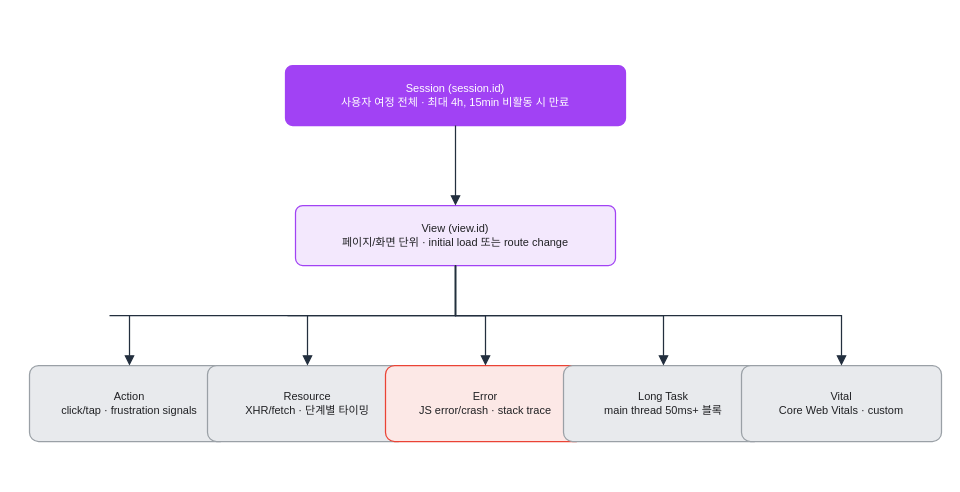
Earlier version of the draw.io diagram assets/img/observability/datadog-rum-01-data-model.drawio (KKamJi98/kkamji98.github.io). Source tidied: cells renumbered, new cells numbered last; positions are measured from the earlier drawing's top-left corner, leaving out a move shared by most shapes. Both pictures are drawn from the tidied source at 100%, with x=0, y=0 at pixel (29, 65).
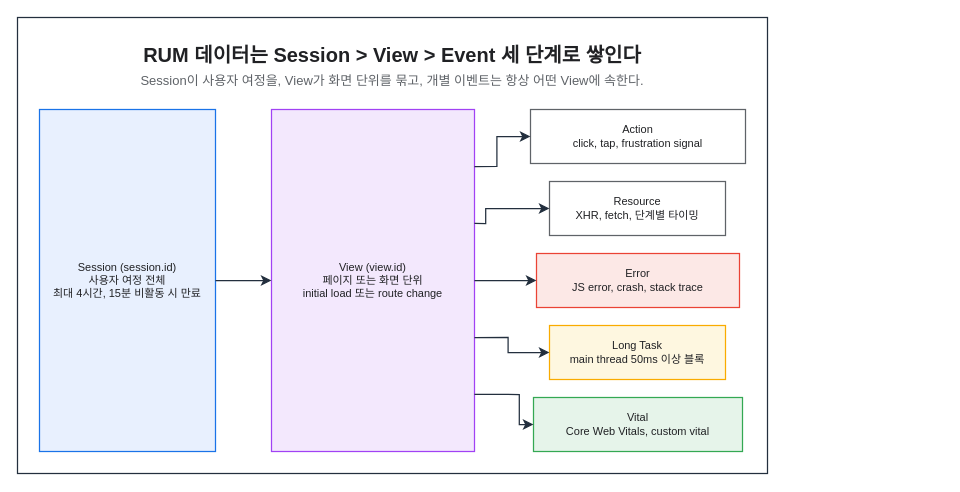
The same diagram, later.

The edit, as a diff of the source:
```diff
@@
+    <mxCell id="15" style="rounded=0;html=0;fillColor=none;strokeColor=#232F3E;fontColor=#202124;strokeWidth=1.25;" parent="1" vertex="1">
+      <mxGeometry x="-12" y="-48" width="750" height="456" as="geometry" />
+    </mxCell>
+    <mxCell id="16" value="RUM 데이터는 Session &gt; View &gt; Event 세 단계로 쌓인다" style="text;html=0;whiteSpace=wrap;fillColor=none;strokeColor=none;fontColor=#202124;fontSize=20;fontStyle=1;align=center;verticalAlign=middle;" parent="1" vertex="1">
+      <mxGeometry x="10" y="-26" width="706" height="30" as="geometry" />
+    </mxCell>
+    <mxCell id="17" value="Session이 사용자 여정을, View가 화면 단위를 묶고, 개별 이벤트는 항상 어떤 View에 속한다." style="text;html=0;whiteSpace=wrap;fillColor=none;strokeColor=none;fontColor=#5F6368;fontSize=13;fontStyle=0;align=center;verticalAlign=middle;" parent="1" vertex="1">
+      <mxGeometry x="10" y="4" width="706" height="22" as="geometry" />
+    </mxCell>
-    <mxCell id="2" value="Session  (session.id)&#10;사용자 여정 전체 · 최대 4h, 15min 비활동 시 만료" style="rounded=1;whiteSpace=wrap;html=0;arcSize=12;shadow=0;fillColor=#A142F4;strokeColor=#A142F4;fontColor=#FFFFFF;fontSize=11;verticalAlign=middle;strokeWidth=1.25;" parent="1" vertex="1">
-      <mxGeometry x="256" width="340" height="60" as="geometry" />
+    <mxCell id="2" value="Session (session.id)&#10;사용자 여정 전체&#10;최대 4시간, 15분 비활동 시 만료" style="rounded=0;whiteSpace=wrap;html=0;fillColor=#E8F0FE;strokeColor=#1A73E8;fontColor=#202124;fontSize=11;fontStyle=0;align=center;verticalAlign=middle;spacingLeft=6;spacingRight=6;strokeWidth=1.25;" parent="1" vertex="1">
+      <mxGeometry x="10" y="44" width="176" height="342" as="geometry" />
     </mxCell>
-    <mxCell id="3" value="View  (view.id)&#10;페이지/화면 단위 · initial load 또는 route change" style="rounded=1;whiteSpace=wrap;html=0;arcSize=12;shadow=0;fillColor=#F3E8FD;strokeColor=#A142F4;fontColor=#202124;fontSize=11;verticalAlign=middle;strokeWidth=1.25;" parent="1" vertex="1">
-      <mxGeometry x="266" y="140" width="320" height="60" as="geometry" />
+    <mxCell id="3" value="View (view.id)&#10;페이지 또는 화면 단위&#10;initial load 또는 route change" style="rounded=0;whiteSpace=wrap;html=0;fillColor=#F3E8FD;strokeColor=#A142F4;fontColor=#202124;fontSize=11;fontStyle=0;align=center;verticalAlign=middle;spacingLeft=6;spacingRight=6;strokeWidth=1.25;" parent="1" vertex="1">
+      <mxGeometry x="242" y="44" width="203" height="342" as="geometry" />
     </mxCell>
-    <mxCell id="4" value="Action&#10;click/tap · frustration signals" style="rounded=1;whiteSpace=wrap;html=0;arcSize=12;shadow=0;fillColor=#E8EAED;strokeColor=#9AA0A6;fontColor=#202124;fontSize=11;verticalAlign=middle;strokeWidth=1.25;" parent="1" vertex="1">
-      <mxGeometry y="300" width="200" height="76" as="geometry" />
-    </mxCell>
-    <mxCell id="5" value="Resource&#10;XHR/fetch · 단계별 타이밍" style="rounded=1;whiteSpace=wrap;html=0;arcSize=12;shadow=0;fillColor=#E8EAED;strokeColor=#9AA0A6;fontColor=#202124;fontSize=11;verticalAlign=middle;strokeWidth=1.25;" parent="1" vertex="1">
-      <mxGeometry x="178" y="300" width="200" height="76" as="geometry" />
-    </mxCell>
-    <mxCell id="6" value="Error&#10;JS error/crash · stack trace" style="rounded=1;whiteSpace=wrap;html=0;arcSize=12;shadow=0;fillColor=#FCE8E6;strokeColor=#EA4335;fontColor=#202124;fontSize=11;verticalAlign=middle;strokeWidth=1.25;" parent="1" vertex="1">
-      <mxGeometry x="356" y="300" width="200" height="76" as="geometry" />
-    </mxCell>
-    <mxCell id="7" value="Long Task&#10;main thread 50ms+ 블록" style="rounded=1;whiteSpace=wrap;html=0;arcSize=12;shadow=0;fillColor=#E8EAED;strokeColor=#9AA0A6;fontColor=#202124;fontSize=11;verticalAlign=middle;strokeWidth=1.25;" parent="1" vertex="1">
-      <mxGeometry x="534" y="300" width="200" height="76" as="geometry" />
-    </mxCell>
-    <mxCell id="8" value="Vital&#10;Core Web Vitals · custom" style="rounded=1;whiteSpace=wrap;html=0;arcSize=12;shadow=0;fillColor=#E8EAED;strokeColor=#9AA0A6;fontColor=#202124;fontSize=11;verticalAlign=middle;strokeWidth=1.25;" parent="1" vertex="1">
-      <mxGeometry x="712" y="300" width="200" height="76" as="geometry" />
-    </mxCell>
+    <mxCell id="18" value="Action&#10;click, tap, frustration signal" style="rounded=0;whiteSpace=wrap;html=0;fillColor=#FFFFFF;strokeColor=#5F6368;fontColor=#202124;fontSize=11;fontStyle=0;align=center;verticalAlign=middle;spacingLeft=6;spacingRight=6;strokeWidth=1.25;" parent="1" vertex="1">
+      <mxGeometry x="501" y="44" width="215" height="54" as="geometry" />
+    </mxCell>
+    <mxCell id="19" value="Resource&#10;XHR, fetch, 단계별 타이밍" style="rounded=0;whiteSpace=wrap;html=0;fillColor=#FFFFFF;strokeColor=#5F6368;fontColor=#202124;fontSize=11;fontStyle=0;align=center;verticalAlign=middle;spacingLeft=6;spacingRight=6;strokeWidth=1.25;" parent="1" vertex="1">
+      <mxGeometry x="520" y="116" width="176" height="54" as="geometry" />
+    </mxCell>
+    <mxCell id="20" value="Error&#10;JS error, crash, stack trace" style="rounded=0;whiteSpace=wrap;html=0;fillColor=#FCE8E6;strokeColor=#EA4335;fontColor=#202124;fontSize=11;fontStyle=0;align=center;verticalAlign=middle;spacingLeft=6;spacingRight=6;strokeWidth=1.25;" parent="1" vertex="1">
+      <mxGeometry x="507" y="188" width="203" height="54" as="geometry" />
+    </mxCell>
+    <mxCell id="21" value="Long Task&#10;main thread 50ms 이상 블록" style="rounded=0;whiteSpace=wrap;html=0;fillColor=#FEF7E0;strokeColor=#F9AB00;fontColor=#202124;fontSize=11;fontStyle=0;align=center;verticalAlign=middle;spacingLeft=6;spacingRight=6;strokeWidth=1.25;" parent="1" vertex="1">
+      <mxGeometry x="520" y="260" width="176" height="54" as="geometry" />
+    </mxCell>
+    <mxCell id="22" value="Vital&#10;Core Web Vitals, custom vital" style="rounded=0;whiteSpace=wrap;html=0;fillColor=#E6F4EA;strokeColor=#34A853;fontColor=#202124;fontSize=11;fontStyle=0;align=center;verticalAlign=middle;spacingLeft=6;spacingRight=6;strokeWidth=1.25;" parent="1" vertex="1">
+      <mxGeometry x="504" y="332" width="209" height="54" as="geometry" />
+    </mxCell>
-    <mxCell id="9" style="edgeStyle=orthogonalEdgeStyle;rounded=0;html=0;exitX=0.5;exitY=1;entryX=0.5;entryY=0;strokeColor=#232F3E;endArrow=block;labelBackgroundColor=none;strokeWidth=1.25;endSize=7;fontColor=#202124;" parent="1" edge="1" source="2" target="3">
+    <mxCell id="9" style="edgeStyle=orthogonalEdgeStyle;rounded=0;html=0;strokeColor=#232F3E;strokeWidth=1.25;endArrow=classic;endFill=1;endSize=7;fontSize=11;fontColor=#202124;labelBackgroundColor=none;jettySize=14;exitX=1;exitY=0.5;entryX=0;entryY=0.5;exitDx=0;exitDy=0;entryDx=0;entryDy=0;" parent="1" edge="1" source="2" target="3">
       <mxGeometry relative="1" as="geometry" />
     </mxCell>
-    <mxCell id="10" style="edgeStyle=orthogonalEdgeStyle;rounded=0;html=0;exitX=0.5;exitY=1;entryX=0.5;entryY=0;strokeColor=#232F3E;endArrow=block;labelBackgroundColor=none;strokeWidth=1.25;endSize=7;fontColor=#202124;" parent="1" edge="1" source="3" target="4">
-      <mxGeometry relative="1" as="geometry">
-        <Array as="points">
-          <mxPoint x="426" y="250" />
-          <mxPoint x="80" y="250" />
-          <mxPoint x="100" y="250" />
-        </Array>
-      </mxGeometry>
-    </mxCell>
-    <mxCell id="11" style="edgeStyle=orthogonalEdgeStyle;rounded=0;html=0;exitX=0.5;exitY=1;entryX=0.5;entryY=0;strokeColor=#232F3E;endArrow=block;labelBackgroundColor=none;strokeWidth=1.25;endSize=7;fontColor=#202124;" parent="1" edge="1" source="3" target="5">
-      <mxGeometry relative="1" as="geometry">
-        <Array as="points">
-          <mxPoint x="426" y="250" />
-          <mxPoint x="258" y="250" />
-          <mxPoint x="278" y="250" />
-        </Array>
-      </mxGeometry>
-    </mxCell>
-    <mxCell id="12" style="edgeStyle=orthogonalEdgeStyle;rounded=0;html=0;exitX=0.5;exitY=1;entryX=0.5;entryY=0;strokeColor=#232F3E;endArrow=block;labelBackgroundColor=none;strokeWidth=1.25;endSize=7;fontColor=#202124;" parent="1" edge="1" source="3" target="6">
-      <mxGeometry relative="1" as="geometry" />
-    </mxCell>
-    <mxCell id="13" style="edgeStyle=orthogonalEdgeStyle;rounded=0;html=0;exitX=0.5;exitY=1;entryX=0.5;entryY=0;strokeColor=#232F3E;endArrow=block;labelBackgroundColor=none;strokeWidth=1.25;endSize=7;fontColor=#202124;" parent="1" edge="1" source="3" target="7">
-      <mxGeometry relative="1" as="geometry">
-        <Array as="points">
-          <mxPoint x="426" y="250" />
-          <mxPoint x="614" y="250" />
-          <mxPoint x="634" y="250" />
-        </Array>
-      </mxGeometry>
-    </mxCell>
-    <mxCell id="14" style="edgeStyle=orthogonalEdgeStyle;rounded=0;html=0;exitX=0.5;exitY=1;entryX=0.5;entryY=0;strokeColor=#232F3E;endArrow=block;labelBackgroundColor=none;strokeWidth=1.25;endSize=7;fontColor=#202124;" parent="1" edge="1" source="3" target="8">
-      <mxGeometry relative="1" as="geometry">
-        <Array as="points">
-          <mxPoint x="426" y="250" />
-          <mxPoint x="792" y="250" />
-          <mxPoint x="812" y="250" />
-        </Array>
-      </mxGeometry>
-    </mxCell>
+    <mxCell id="23" style="edgeStyle=orthogonalEdgeStyle;rounded=0;html=0;strokeColor=#232F3E;strokeWidth=1.25;endArrow=classic;endFill=1;endSize=7;fontSize=11;fontColor=#202124;labelBackgroundColor=none;jettySize=14;exitX=1;exitY=0.1667;entryX=0;entryY=0.5;exitDx=0;exitDy=0;entryDx=0;entryDy=0;" parent="1" edge="1" source="3" target="18">
+      <mxGeometry relative="1" as="geometry">
+        <Array as="points">
+          <mxPoint x="467.4" y="101" />
+          <mxPoint x="467.4" y="71" />
+        </Array>
+      </mxGeometry>
+    </mxCell>
+    <mxCell id="24" style="edgeStyle=orthogonalEdgeStyle;rounded=0;html=0;strokeColor=#232F3E;strokeWidth=1.25;endArrow=classic;endFill=1;endSize=7;fontSize=11;fontColor=#202124;labelBackgroundColor=none;jettySize=14;exitX=1;exitY=0.3333;entryX=0;entryY=0.5;exitDx=0;exitDy=0;entryDx=0;entryDy=0;" parent="1" edge="1" source="3" target="19">
+      <mxGeometry relative="1" as="geometry">
+        <Array as="points">
+          <mxPoint x="456.2" y="158" />
+          <mxPoint x="456.2" y="143" />
+        </Array>
+      </mxGeometry>
+    </mxCell>
+    <mxCell id="25" style="edgeStyle=orthogonalEdgeStyle;rounded=0;html=0;strokeColor=#232F3E;strokeWidth=1.25;endArrow=classic;endFill=1;endSize=7;fontSize=11;fontColor=#202124;labelBackgroundColor=none;jettySize=14;exitX=1;exitY=0.5;entryX=0;entryY=0.5;exitDx=0;exitDy=0;entryDx=0;entryDy=0;" parent="1" edge="1" source="3" target="20">
+      <mxGeometry relative="1" as="geometry" />
+    </mxCell>
+    <mxCell id="26" style="edgeStyle=orthogonalEdgeStyle;rounded=0;html=0;strokeColor=#232F3E;strokeWidth=1.25;endArrow=classic;endFill=1;endSize=7;fontSize=11;fontColor=#202124;labelBackgroundColor=none;jettySize=14;exitX=1;exitY=0.6667;entryX=0;entryY=0.5;exitDx=0;exitDy=0;entryDx=0;entryDy=0;" parent="1" edge="1" source="3" target="21">
+      <mxGeometry relative="1" as="geometry">
+        <Array as="points">
+          <mxPoint x="478.6" y="272" />
+          <mxPoint x="478.6" y="287" />
+        </Array>
+      </mxGeometry>
+    </mxCell>
+    <mxCell id="27" style="edgeStyle=orthogonalEdgeStyle;rounded=0;html=0;strokeColor=#232F3E;strokeWidth=1.25;endArrow=classic;endFill=1;endSize=7;fontSize=11;fontColor=#202124;labelBackgroundColor=none;jettySize=14;exitX=1;exitY=0.8333;entryX=0;entryY=0.5;exitDx=0;exitDy=0;entryDx=0;entryDy=0;" parent="1" edge="1" source="3" target="22">
+      <mxGeometry relative="1" as="geometry">
+        <Array as="points">
+          <mxPoint x="489.8" y="329" />
+          <mxPoint x="489.8" y="359" />
+        </Array>
+      </mxGeometry>
+    </mxCell>
```
